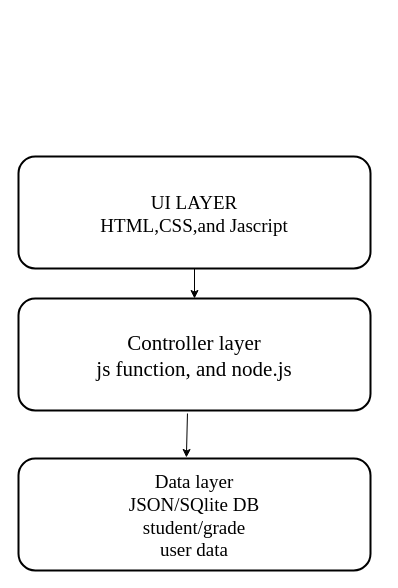
The draw.io diagram Documentation/Diagrams/Architectural Diagram.drawio in Meriki-Jubert/Our-project, before the edit. Source tidied: cells renumbered, new cells numbered last; positions are measured from the earlier drawing's top-left corner, leaving out a move shared by most shapes. Both pictures are drawn from the tidied source at 100%, with x=0, y=0 at pixel (18, 156).
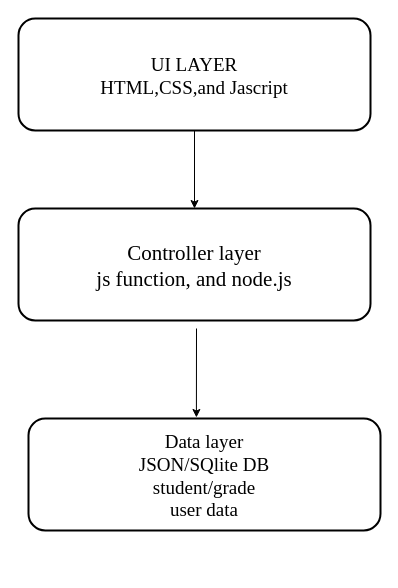
After the change.

What changed in the source:
```diff
@@
 <mxGraphModel>
   <root>
     <mxCell id="0" />
     <mxCell id="1" parent="0" />
     <mxCell id="2" value="UI LAYER&lt;div&gt;HTML,CSS,and Jascript&lt;/div&gt;" style="rounded=1;whiteSpace=wrap;html=1;fontFamily=Times New Roman;fontSize=19;spacing=6;spacingTop=3;strokeWidth=2;" parent="1" vertex="1">
-      <mxGeometry width="352" height="112" as="geometry" />
+      <mxGeometry y="-138" width="352" height="112" as="geometry" />
     </mxCell>
     <mxCell id="3" value="Controller layer&lt;div&gt;js function, and node.js&lt;/div&gt;" style="rounded=1;whiteSpace=wrap;html=1;fontFamily=Times New Roman;fontSize=21;spacing=6;spacingTop=3;strokeWidth=2;labelBackgroundColor=none;" parent="1" vertex="1">
-      <mxGeometry y="142" width="352" height="112" as="geometry" />
+      <mxGeometry y="52" width="352" height="112" as="geometry" />
     </mxCell>
     <mxCell id="4" value="Data layer&lt;div&gt;JSON/SQlite DB&lt;/div&gt;&lt;div&gt;student/grade&lt;/div&gt;&lt;div&gt;user data&lt;/div&gt;" style="rounded=1;whiteSpace=wrap;html=1;fontFamily=Times New Roman;fontSize=19;spacing=6;spacingTop=3;strokeWidth=2;" parent="1" vertex="1">
-      <mxGeometry y="302" width="352" height="112" as="geometry" />
+      <mxGeometry x="10" y="262" width="352" height="112" as="geometry" />
     </mxCell>
     <mxCell id="5" style="endArrow=classic;html=1;rounded=0;entryX=0.5;entryY=0;entryDx=0;entryDy=0;" parent="1" edge="1" source="2" target="3">
       <mxGeometry relative="1" as="geometry" />
     </mxCell>
-    <mxCell id="6" style="endArrow=classic;html=1;rounded=0;entryX=0.477;entryY=-0.009;entryDx=0;entryDy=0;entryPerimeter=0;exitX=0.48;exitY=1.027;exitDx=0;exitDy=0;exitPerimeter=0;" parent="1" edge="1" source="3" target="4">
-      <mxGeometry relative="1" as="geometry" />
+    <mxCell id="6" style="endArrow=classic;html=1;rounded=0;entryX=0.477;entryY=-0.009;entryDx=0;entryDy=0;entryPerimeter=0;" parent="1" edge="1" target="4">
+      <mxGeometry relative="1" as="geometry">
+        <mxPoint x="178" y="172" as="sourcePoint" />
+      </mxGeometry>
     </mxCell>
   </root>
 </mxGraphModel>
```
